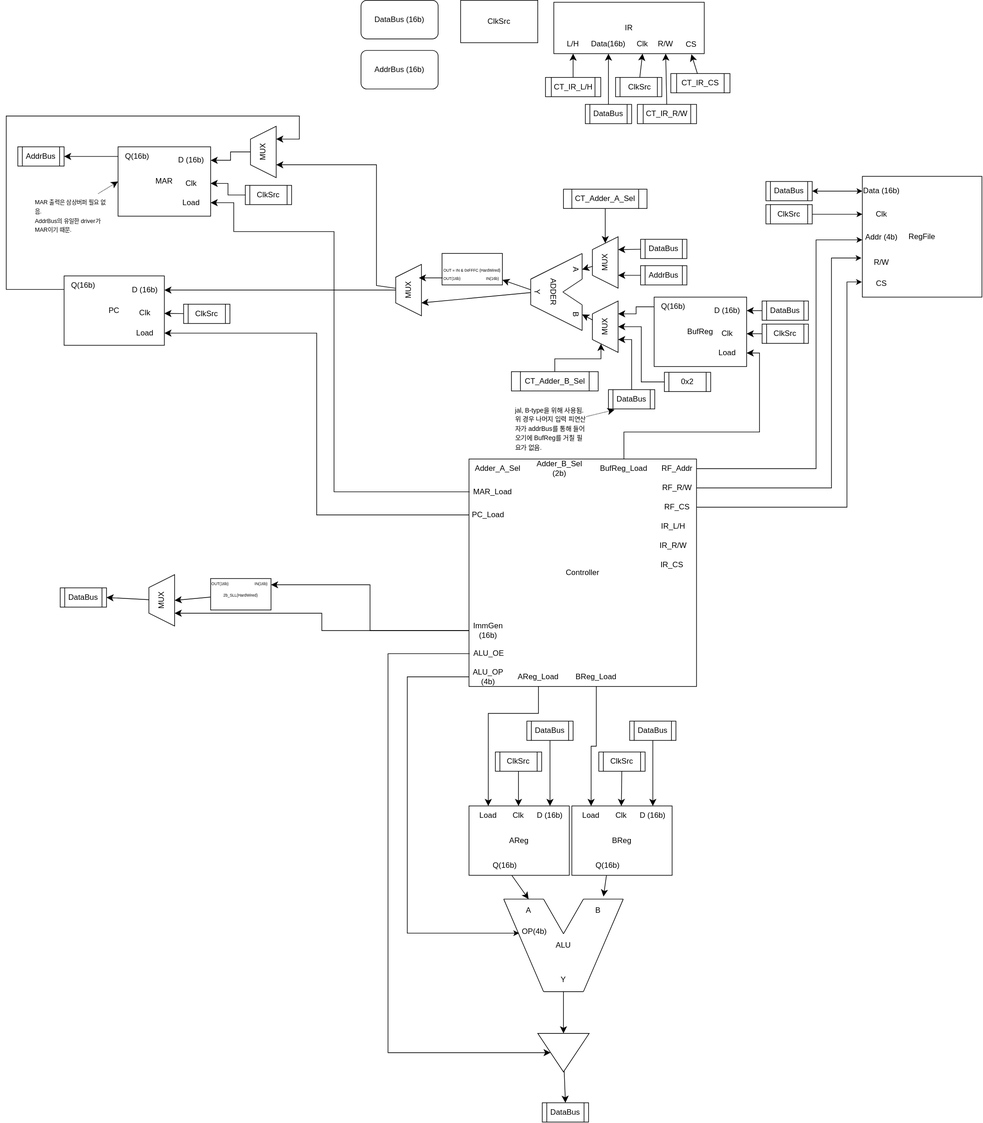
The draw.io diagram I/docs/diagram/vh16I.drawio.svg in verch-foundation/vh16, before a commit. Source tidied: cells renumbered, new cells last; positions are measured from the earlier drawing's top-left corner, leaving out a move shared by most shapes.
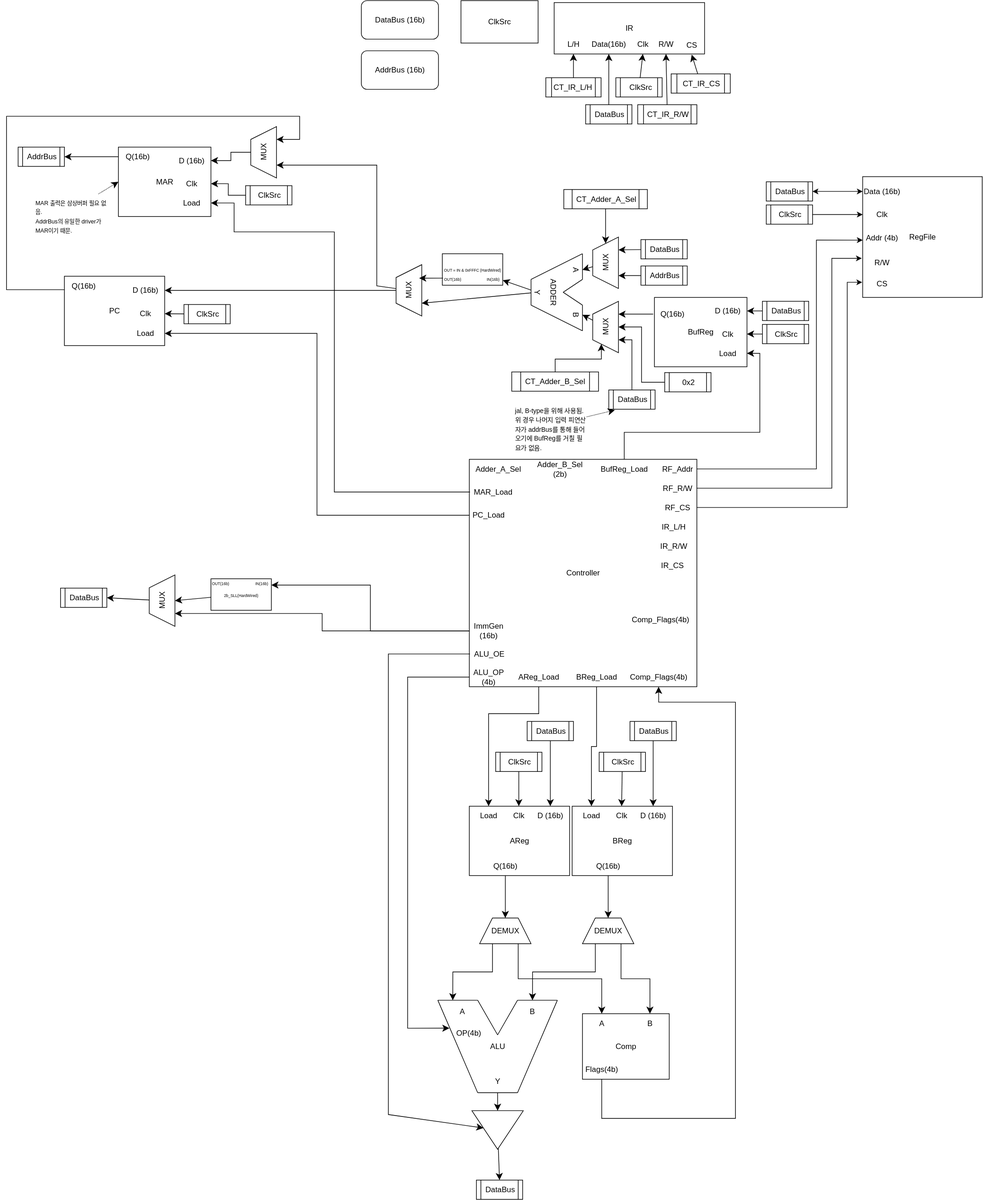
After the commit.

Commit message:
Implement B-type diagram

What changed in the source:
```diff
@@ -130,7 +130,7 @@
       </mxGeometry>
     </mxCell>
     <mxCell id="32" style="group;" parent="1" vertex="1">
-      <mxGeometry x="774" y="1399" width="186" height="144" as="geometry" />
+      <mxGeometry x="671" y="1556" width="186" height="144" as="geometry" />
     </mxCell>
     <mxCell id="33" style="edgeStyle=none;orthogonalLoop=1;jettySize=auto;html=1;rounded=0;strokeColor=default;endArrow=none;endFill=0;" parent="32" edge="1">
       <mxGeometry relative="1" as="geometry">
@@ -189,11 +189,11 @@
     <mxCell id="44" value="OP(4b)" style="text;html=1;whiteSpace=wrap;strokeColor=none;fillColor=none;align=center;verticalAlign=middle;rounded=0;" parent="32" vertex="1">
       <mxGeometry x="18" y="36" width="60" height="30" as="geometry" />
     </mxCell>
-    <mxCell id="45" style="edgeStyle=orthogonalEdgeStyle;rounded=0;jettySize=auto;html=1;entryX=0.1;entryY=0.567;entryDx=0;entryDy=0;entryPerimeter=0;" parent="1" edge="1" source="46" target="44">
+    <mxCell id="45" style="edgeStyle=orthogonalEdgeStyle;rounded=0;jettySize=auto;html=1;entryX=0;entryY=0.25;entryDx=0;entryDy=0;fontSize=12;startSize=8;endSize=8;" parent="1" edge="1" source="46" target="44">
       <mxGeometry relative="1" as="geometry">
         <Array as="points">
           <mxPoint x="624" y="1053" />
-          <mxPoint x="624" y="1452" />
+          <mxPoint x="624" y="1599.5" />
         </Array>
       </mxGeometry>
     </mxCell>
@@ -315,7 +315,7 @@
       <mxGeometry relative="1" as="geometry" />
     </mxCell>
     <mxCell id="81" value="Q(16b)" style="text;html=1;whiteSpace=wrap;strokeColor=none;fillColor=none;align=center;verticalAlign=middle;rounded=0;" parent="1" vertex="1">
-      <mxGeometry x="1008" y="462" width="60" height="30" as="geometry" />
+      <mxGeometry x="1006" y="473" width="60" height="30" as="geometry" />
     </mxCell>
     <mxCell id="82" value="MAR" style="rounded=0;whiteSpace=wrap;html=1;" parent="1" vertex="1">
       <mxGeometry x="174" y="228" width="144" height="108" as="geometry" />
@@ -402,6 +402,9 @@
     <mxCell id="107" value="Load" style="text;html=1;whiteSpace=wrap;strokeColor=none;fillColor=none;align=center;verticalAlign=middle;rounded=0;" parent="1" vertex="1">
       <mxGeometry x="880" y="1254" width="60" height="30" as="geometry" />
     </mxCell>
+    <mxCell id="174" style="edgeStyle=none;curved=1;rounded=0;jettySize=auto;html=1;entryX=0.5;entryY=0;entryDx=0;entryDy=0;fontSize=12;startSize=8;endSize=8;" parent="1" edge="1" source="108" target="187">
+      <mxGeometry relative="1" as="geometry" />
+    </mxCell>
     <mxCell id="108" value="Q(16b)" style="text;html=1;whiteSpace=wrap;strokeColor=none;fillColor=none;align=center;verticalAlign=middle;rounded=0;" parent="1" vertex="1">
       <mxGeometry x="906" y="1332" width="60" height="30" as="geometry" />
     </mxCell>
@@ -423,15 +426,12 @@
     <mxCell id="114" value="Load" style="text;html=1;whiteSpace=wrap;strokeColor=none;fillColor=none;align=center;verticalAlign=middle;rounded=0;" parent="1" vertex="1">
       <mxGeometry x="720" y="1254" width="60" height="30" as="geometry" />
     </mxCell>
-    <mxCell id="115" style="edgeStyle=none;curved=1;rounded=0;jettySize=auto;html=1;entryX=0.5;entryY=0;entryDx=0;entryDy=0;fontSize=12;startSize=8;endSize=8;" parent="1" edge="1" source="116" target="41">
-      <mxGeometry relative="1" as="geometry" />
-    </mxCell>
+    <mxCell id="175" style="edgeStyle=none;curved=1;rounded=0;jettySize=auto;html=1;entryX=0.5;entryY=0;entryDx=0;entryDy=0;fontSize=12;startSize=8;endSize=8;" parent="1" edge="1" source="116" target="184">
+      <mxGeometry relative="1" as="geometry" />
+    </mxCell>
     <mxCell id="116" value="Q(16b)" style="text;html=1;whiteSpace=wrap;strokeColor=none;fillColor=none;align=center;verticalAlign=middle;rounded=0;" parent="1" vertex="1">
       <mxGeometry x="746" y="1332" width="60" height="30" as="geometry" />
     </mxCell>
-    <mxCell id="117" style="edgeStyle=none;curved=1;rounded=0;jettySize=auto;html=1;entryX=0.628;entryY=-0.113;entryDx=0;entryDy=0;entryPerimeter=0;fontSize=12;startSize=8;endSize=8;" parent="1" edge="1" source="108" target="42">
-      <mxGeometry relative="1" as="geometry" />
-    </mxCell>
     <mxCell id="118" style="edgeStyle=none;curved=1;rounded=0;jettySize=auto;html=1;entryX=0.5;entryY=0;entryDx=0;entryDy=0;fontSize=12;startSize=8;endSize=8;" parent="1" edge="1" source="119" target="113">
       <mxGeometry relative="1" as="geometry" />
     </mxCell>
@@ -448,13 +448,13 @@
       <mxGeometry relative="1" as="geometry" />
     </mxCell>
     <mxCell id="123" style="triangle;whiteSpace=wrap;html=1;shapeInside=1;rotation=90;" parent="1" vertex="1">
-      <mxGeometry x="837" y="1598" width="60" height="80" as="geometry" />
+      <mxGeometry x="734" y="1718" width="60" height="80" as="geometry" />
     </mxCell>
     <mxCell id="124" style="edgeStyle=none;curved=1;rounded=0;jettySize=auto;html=1;entryX=0;entryY=0.5;entryDx=0;entryDy=0;fontSize=12;startSize=8;endSize=8;" parent="1" edge="1" source="43" target="123">
       <mxGeometry relative="1" as="geometry" />
     </mxCell>
     <mxCell id="125" value="DataBus" style="shape=process;whiteSpace=wrap;html=1;backgroundOutline=1;" parent="1" vertex="1">
-      <mxGeometry x="834" y="1716" width="72" height="30" as="geometry" />
+      <mxGeometry x="731" y="1836" width="72" height="30" as="geometry" />
     </mxCell>
     <mxCell id="126" style="edgeStyle=orthogonalEdgeStyle;rounded=0;jettySize=auto;html=1;entryX=0.25;entryY=1;entryDx=0;entryDy=0;fontSize=12;startSize=8;endSize=8;" parent="1" edge="1" source="128" target="156">
       <mxGeometry relative="1" as="geometry" />
@@ -468,8 +468,8 @@
     <mxCell id="129" style="edgeStyle=orthogonalEdgeStyle;rounded=0;jettySize=auto;html=1;fontSize=12;startSize=8;endSize=8;" parent="1" edge="1" source="130" target="123">
       <mxGeometry relative="1" as="geometry">
         <Array as="points">
-          <mxPoint x="594" y="1017.1" />
-          <mxPoint x="594" y="1638" />
+          <mxPoint x="594" y="1017" />
+          <mxPoint x="594" y="1734" />
         </Array>
       </mxGeometry>
     </mxCell>
@@ -618,5 +618,51 @@
     <mxCell id="173" style="edgeStyle=none;curved=1;rounded=0;jettySize=auto;html=1;entryX=0.25;entryY=1;entryDx=0;entryDy=0;fontSize=12;startSize=8;endSize=8;" parent="1" edge="1" source="13" target="171">
       <mxGeometry relative="1" as="geometry" />
     </mxCell>
+    <mxCell id="176" value="Comp_Flags(4b)" style="text;html=1;whiteSpace=wrap;strokeColor=none;fillColor=none;align=center;verticalAlign=middle;rounded=0;" parent="1" vertex="1">
+      <mxGeometry x="961" y="955" width="113" height="18" as="geometry" />
+    </mxCell>
+    <mxCell id="177" value="Comp" style="rounded=0;whiteSpace=wrap;html=1;" parent="1" vertex="1">
+      <mxGeometry x="896" y="1577" width="135" height="102" as="geometry" />
+    </mxCell>
+    <mxCell id="178" value="A" style="text;html=1;whiteSpace=wrap;strokeColor=none;fillColor=none;align=center;verticalAlign=middle;rounded=0;" parent="1" vertex="1">
+      <mxGeometry x="896" y="1577" width="60" height="30" as="geometry" />
+    </mxCell>
+    <mxCell id="179" value="B" style="text;html=1;whiteSpace=wrap;strokeColor=none;fillColor=none;align=center;verticalAlign=middle;rounded=0;" parent="1" vertex="1">
+      <mxGeometry x="971" y="1577" width="60" height="30" as="geometry" />
+    </mxCell>
+    <mxCell id="180" style="edgeStyle=orthogonalEdgeStyle;rounded=0;jettySize=auto;html=1;entryX=0.5;entryY=1;entryDx=0;entryDy=0;fontSize=12;startSize=8;endSize=8;" parent="1" edge="1" source="181" target="188">
+      <mxGeometry relative="1" as="geometry">
+        <Array as="points">
+          <mxPoint x="926" y="1740" />
+          <mxPoint x="1134" y="1740" />
+          <mxPoint x="1134" y="1092" />
+          <mxPoint x="1014.5" y="1092" />
+        </Array>
+      </mxGeometry>
+    </mxCell>
+    <mxCell id="181" value="Flags(4b)" style="text;html=1;whiteSpace=wrap;strokeColor=none;fillColor=none;align=center;verticalAlign=middle;rounded=0;" parent="1" vertex="1">
+      <mxGeometry x="896" y="1649" width="60" height="30" as="geometry" />
+    </mxCell>
+    <mxCell id="182" style="edgeStyle=orthogonalEdgeStyle;rounded=0;jettySize=auto;html=1;exitX=0.25;exitY=1;exitDx=0;exitDy=0;entryX=0.25;entryY=0;entryDx=0;entryDy=0;fontSize=12;startSize=8;endSize=8;" parent="1" edge="1" source="184" target="41">
+      <mxGeometry relative="1" as="geometry" />
+    </mxCell>
+    <mxCell id="183" style="edgeStyle=orthogonalEdgeStyle;rounded=0;jettySize=auto;html=1;exitX=0.75;exitY=1;exitDx=0;exitDy=0;entryX=0.5;entryY=0;entryDx=0;entryDy=0;fontSize=12;startSize=8;endSize=8;" parent="1" edge="1" source="184" target="178">
+      <mxGeometry relative="1" as="geometry" />
+    </mxCell>
+    <mxCell id="184" value="DEMUX" style="shape=trapezoid;perimeter=trapezoidPerimeter;whiteSpace=wrap;html=1;fixedSize=1;rotation=0;" parent="1" vertex="1">
+      <mxGeometry x="736" y="1428" width="80" height="40" as="geometry" />
+    </mxCell>
+    <mxCell id="185" style="edgeStyle=orthogonalEdgeStyle;rounded=0;jettySize=auto;html=1;exitX=0.25;exitY=1;exitDx=0;exitDy=0;entryX=0.5;entryY=0;entryDx=0;entryDy=0;fontSize=12;startSize=8;endSize=8;" parent="1" edge="1" source="187" target="42">
+      <mxGeometry relative="1" as="geometry" />
+    </mxCell>
+    <mxCell id="186" style="edgeStyle=orthogonalEdgeStyle;rounded=0;jettySize=auto;html=1;exitX=0.75;exitY=1;exitDx=0;exitDy=0;entryX=0.5;entryY=0;entryDx=0;entryDy=0;fontSize=12;startSize=8;endSize=8;" parent="1" edge="1" source="187" target="179">
+      <mxGeometry relative="1" as="geometry" />
+    </mxCell>
+    <mxCell id="187" value="DEMUX" style="shape=trapezoid;perimeter=trapezoidPerimeter;whiteSpace=wrap;html=1;fixedSize=1;rotation=0;" parent="1" vertex="1">
+      <mxGeometry x="896" y="1428" width="80" height="40" as="geometry" />
+    </mxCell>
+    <mxCell id="188" value="Comp_Flags(4b)" style="text;html=1;whiteSpace=wrap;strokeColor=none;fillColor=none;align=center;verticalAlign=middle;rounded=0;" parent="1" vertex="1">
+      <mxGeometry x="961" y="1038" width="107" height="30" as="geometry" />
+    </mxCell>
   </root>
 </mxGraphModel>
```
